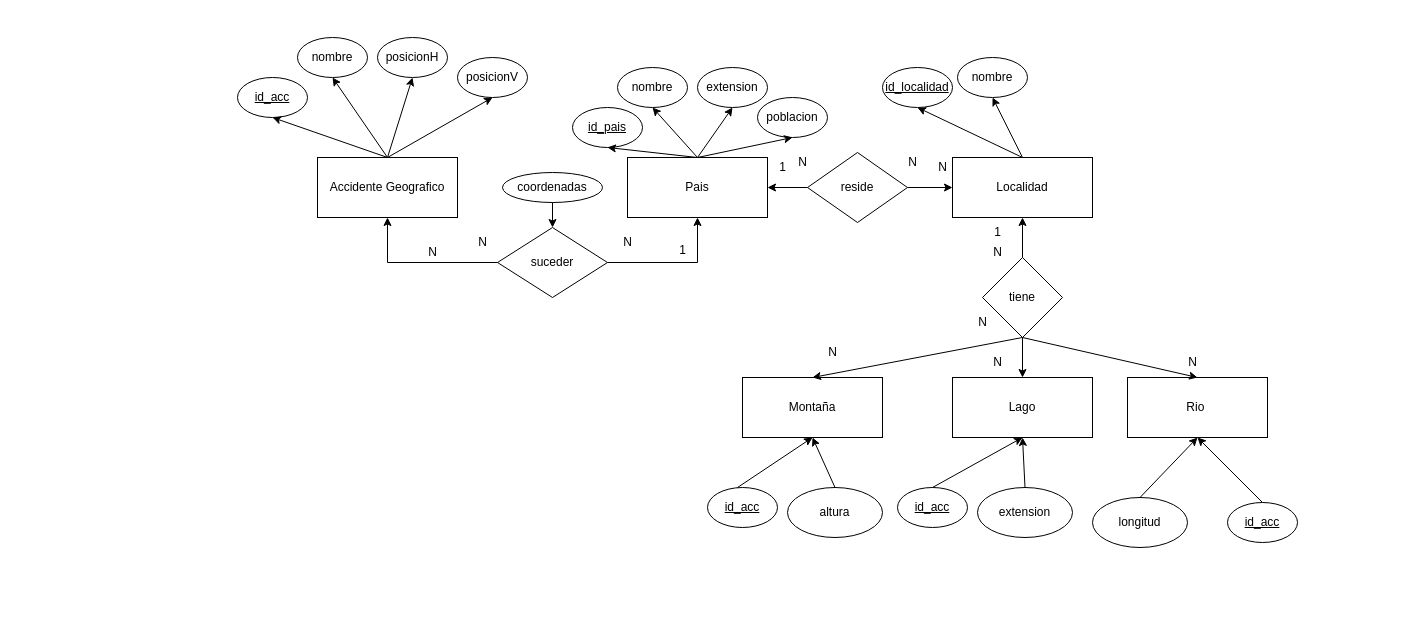
adriii28/amr-tsys-C3U12-11102023 keeps this draw.io diagram as ej11.drawio. Above is the earlier version. Source tidied: cells renumbered, new cells numbered last; positions are measured from the earlier drawing's top-left corner, leaving out a move shared by most shapes. Both pictures are drawn from the tidied source at 100%, with x=0, y=0 at pixel (237, 37).
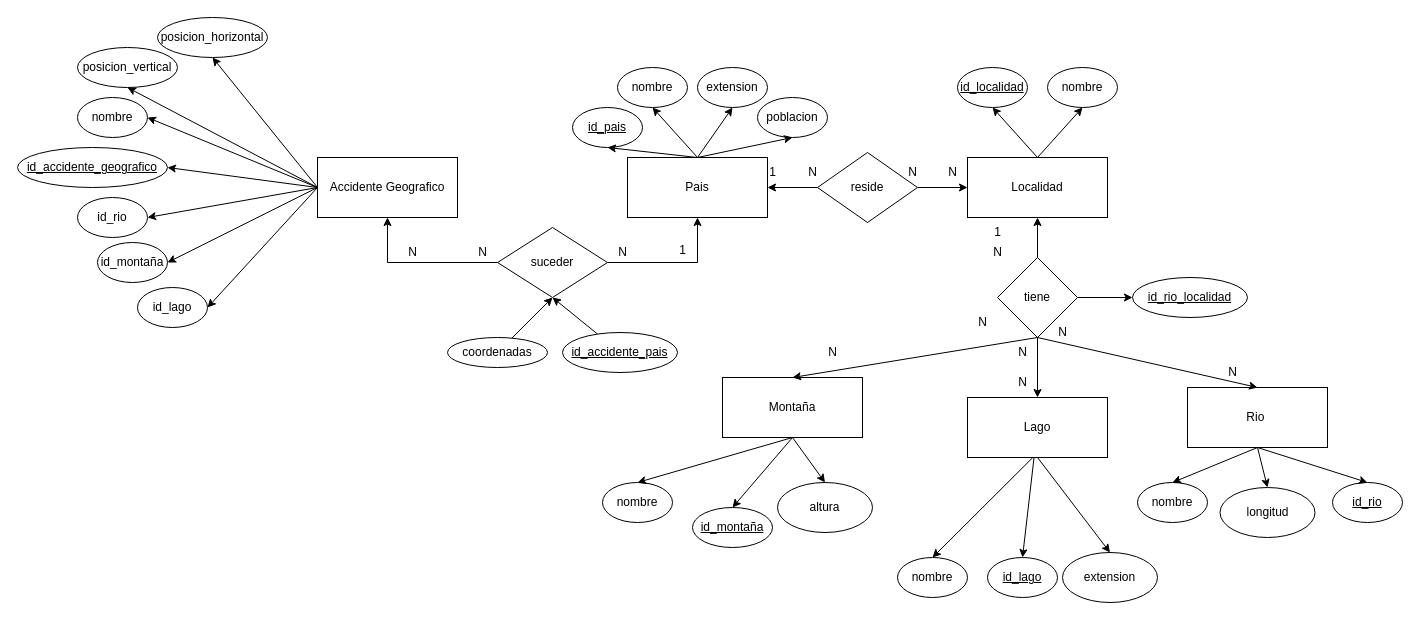
Above is the later version.

Unchanged cells that the change refers to:
```xml
<mxCell id="2" value="Accidente Geografico" style="rounded=0;whiteSpace=wrap;html=1;" parent="1" vertex="1">
  <mxGeometry x="80" y="120" width="140" height="60" as="geometry" />
</mxCell>
<mxCell id="24" value="suceder" style="rhombus;whiteSpace=wrap;html=1;" parent="1" vertex="1">
  <mxGeometry x="260" y="190" width="110" height="70" as="geometry" />
</mxCell>
```

Change to the diagram source:
```diff
@@
     <mxCell id="3" value="Rio&amp;nbsp;" style="rounded=0;whiteSpace=wrap;html=1;" parent="1" vertex="1">
-      <mxGeometry x="890" y="340" width="140" height="60" as="geometry" />
+      <mxGeometry x="950" y="350" width="140" height="60" as="geometry" />
     </mxCell>
     <mxCell id="4" value="Montaña" style="rounded=0;whiteSpace=wrap;html=1;" parent="1" vertex="1">
-      <mxGeometry x="505" y="340" width="140" height="60" as="geometry" />
+      <mxGeometry x="485" y="340" width="140" height="60" as="geometry" />
     </mxCell>
     <mxCell id="5" value="Lago" style="rounded=0;whiteSpace=wrap;html=1;" parent="1" vertex="1">
-      <mxGeometry x="715" y="340" width="140" height="60" as="geometry" />
+      <mxGeometry x="730" y="360" width="140" height="60" as="geometry" />
     </mxCell>
@@
     <mxCell id="9" value="Localidad" style="rounded=0;whiteSpace=wrap;html=1;" parent="1" vertex="1">
-      <mxGeometry x="715" y="120" width="140" height="60" as="geometry" />
+      <mxGeometry x="730" y="120" width="140" height="60" as="geometry" />
     </mxCell>
-    <mxCell id="10" value="id_acc" style="ellipse;whiteSpace=wrap;html=1;fontStyle=4;" parent="1" vertex="1">
-      <mxGeometry y="40" width="70" height="40" as="geometry" />
+    <mxCell id="10" value="id_accidente_geografico" style="ellipse;whiteSpace=wrap;html=1;fontStyle=4;" parent="1" vertex="1">
+      <mxGeometry x="-220" y="110" width="150" height="40" as="geometry" />
     </mxCell>
-    <mxCell id="11" style="rounded=0;jettySize=auto;html=1;entryX=0.5;entryY=1;entryDx=0;entryDy=0;exitX=0.5;exitY=0;exitDx=0;exitDy=0;" parent="1" edge="1" source="29" target="3">
-      <mxGeometry relative="1" as="geometry" />
-    </mxCell>
     <mxCell id="12" value="id_localidad" style="ellipse;whiteSpace=wrap;html=1;fontStyle=4;" parent="1" vertex="1">
-      <mxGeometry x="645" y="30" width="70" height="40" as="geometry" />
+      <mxGeometry x="720" y="30" width="70" height="40" as="geometry" />
     </mxCell>
     <mxCell id="13" value="longitud" style="ellipse;whiteSpace=wrap;html=1;" parent="1" vertex="1">
-      <mxGeometry x="855" y="460" width="95" height="50" as="geometry" />
+      <mxGeometry x="982.5" y="450" width="95" height="50" as="geometry" />
     </mxCell>
@@
     <mxCell id="15" value="altura" style="ellipse;whiteSpace=wrap;html=1;" parent="1" vertex="1">
-      <mxGeometry x="550" y="450" width="95" height="50" as="geometry" />
+      <mxGeometry x="540" y="445" width="95" height="50" as="geometry" />
     </mxCell>
     <mxCell id="16" value="&lt;div&gt;nombre&lt;/div&gt;" style="ellipse;whiteSpace=wrap;html=1;fontStyle=0;" parent="1" vertex="1">
-      <mxGeometry x="60" width="70" height="40" as="geometry" />
+      <mxGeometry x="-160" y="60" width="70" height="40" as="geometry" />
     </mxCell>
-    <mxCell id="17" value="posicionH" style="ellipse;whiteSpace=wrap;html=1;fontStyle=0;" parent="1" vertex="1">
-      <mxGeometry x="140" width="70" height="40" as="geometry" />
+    <mxCell id="17" value="posicion_vertical" style="ellipse;whiteSpace=wrap;html=1;fontStyle=0;" parent="1" vertex="1">
+      <mxGeometry x="-160" y="10" width="100" height="40" as="geometry" />
     </mxCell>
     <mxCell id="18" value="extension" style="ellipse;whiteSpace=wrap;html=1;" parent="1" vertex="1">
-      <mxGeometry x="740" y="450" width="95" height="50" as="geometry" />
+      <mxGeometry x="825" y="515" width="95" height="50" as="geometry" />
     </mxCell>
-    <mxCell id="19" value="posicionV" style="ellipse;whiteSpace=wrap;html=1;fontStyle=0;" parent="1" vertex="1">
-      <mxGeometry x="220" y="20" width="70" height="40" as="geometry" />
+    <mxCell id="19" value="posicion_horizontal" style="ellipse;whiteSpace=wrap;html=1;fontStyle=0;" parent="1" vertex="1">
+      <mxGeometry x="-80" y="-20" width="110" height="40" as="geometry" />
     </mxCell>
@@
     <mxCell id="23" value="nombre" style="ellipse;whiteSpace=wrap;html=1;fontStyle=0;" parent="1" vertex="1">
-      <mxGeometry x="720" y="20" width="70" height="40" as="geometry" />
+      <mxGeometry x="810" y="30" width="70" height="40" as="geometry" />
     </mxCell>
@@
     <mxCell id="27" value="coordenadas" style="ellipse;whiteSpace=wrap;html=1;" parent="1" vertex="1">
-      <mxGeometry x="265" y="135" width="100" height="30" as="geometry" />
+      <mxGeometry x="210" y="300" width="100" height="30" as="geometry" />
     </mxCell>
-    <mxCell id="28" style="edgeStyle=orthogonalEdgeStyle;rounded=0;jettySize=auto;html=1;entryX=0.5;entryY=0;entryDx=0;entryDy=0;" parent="1" edge="1" source="27" target="24">
+    <mxCell id="28" style="rounded=0;jettySize=auto;html=1;entryX=0.5;entryY=1;entryDx=0;entryDy=0;" parent="1" edge="1" source="27" target="24">
       <mxGeometry relative="1" as="geometry" />
     </mxCell>
-    <mxCell id="29" value="id_acc" style="ellipse;whiteSpace=wrap;html=1;fontStyle=4;" parent="1" vertex="1">
-      <mxGeometry x="990" y="465" width="70" height="40" as="geometry" />
+    <mxCell id="29" value="id_rio" style="ellipse;whiteSpace=wrap;html=1;fontStyle=4;" parent="1" vertex="1">
+      <mxGeometry x="1095" y="445" width="70" height="40" as="geometry" />
     </mxCell>
-    <mxCell id="30" value="id_acc" style="ellipse;whiteSpace=wrap;html=1;fontStyle=4;" parent="1" vertex="1">
-      <mxGeometry x="470" y="450" width="70" height="40" as="geometry" />
+    <mxCell id="30" value="id_montaña" style="ellipse;whiteSpace=wrap;html=1;fontStyle=4;" parent="1" vertex="1">
+      <mxGeometry x="455" y="470" width="80" height="40" as="geometry" />
     </mxCell>
@@
-    <mxCell id="32" value="id_acc" style="ellipse;whiteSpace=wrap;html=1;fontStyle=4;" parent="1" vertex="1">
-      <mxGeometry x="660" y="450" width="70" height="40" as="geometry" />
+    <mxCell id="32" value="id_lago" style="ellipse;whiteSpace=wrap;html=1;fontStyle=4;" parent="1" vertex="1">
+      <mxGeometry x="750" y="520" width="70" height="40" as="geometry" />
     </mxCell>
-    <mxCell id="33" style="rounded=0;jettySize=auto;html=1;entryX=0.5;entryY=1;entryDx=0;entryDy=0;exitX=0.5;exitY=0;exitDx=0;exitDy=0;" parent="1" edge="1" source="13" target="3">
-      <mxGeometry relative="1" as="geometry" />
-    </mxCell>
     <mxCell id="34" value="N" style="text;html=1;align=center;verticalAlign=middle;strokeColor=none;fillColor=none;" parent="1" vertex="1">
-      <mxGeometry x="180" y="200" width="30" height="30" as="geometry" />
+      <mxGeometry x="160" y="200" width="30" height="30" as="geometry" />
     </mxCell>
-    <mxCell id="35" style="rounded=0;jettySize=auto;html=1;entryX=0.5;entryY=1;entryDx=0;entryDy=0;exitX=0.5;exitY=0;exitDx=0;exitDy=0;" parent="1" edge="1" source="15" target="4">
-      <mxGeometry relative="1" as="geometry" />
-    </mxCell>
-    <mxCell id="36" style="rounded=0;jettySize=auto;html=1;entryX=0.5;entryY=1;entryDx=0;entryDy=0;exitX=0.429;exitY=0;exitDx=0;exitDy=0;exitPerimeter=0;" parent="1" edge="1" source="30" target="4">
-      <mxGeometry relative="1" as="geometry" />
-    </mxCell>
-    <mxCell id="37" style="rounded=0;jettySize=auto;html=1;entryX=0.5;entryY=1;entryDx=0;entryDy=0;exitX=0.5;exitY=0;exitDx=0;exitDy=0;" parent="1" edge="1" source="32" target="5">
-      <mxGeometry relative="1" as="geometry" />
-    </mxCell>
-    <mxCell id="38" style="rounded=0;jettySize=auto;html=1;entryX=0.5;entryY=1;entryDx=0;entryDy=0;exitX=0.5;exitY=0;exitDx=0;exitDy=0;" parent="1" edge="1" source="18" target="5">
-      <mxGeometry relative="1" as="geometry" />
-    </mxCell>
@@
-    <mxCell id="40" style="edgeStyle=none;rounded=0;jettySize=auto;html=1;entryX=0.5;entryY=1;entryDx=0;entryDy=0;" parent="1" edge="1" source="41" target="9">
+    <mxCell id="40" style="edgeStyle=none;rounded=0;jettySize=auto;html=1;entryX=0.5;entryY=1;entryDx=0;entryDy=0;exitX=0.5;exitY=0;exitDx=0;exitDy=0;" parent="1" edge="1" source="41" target="9">
       <mxGeometry relative="1" as="geometry" />
     </mxCell>
+    <mxCell id="67" style="edgeStyle=none;rounded=0;jettySize=auto;html=1;entryX=0;entryY=0.5;entryDx=0;entryDy=0;" parent="1" edge="1" source="41" target="90">
+      <mxGeometry relative="1" as="geometry" />
+    </mxCell>
     <mxCell id="41" value="tiene" style="rhombus;whiteSpace=wrap;html=1;" parent="1" vertex="1">
-      <mxGeometry x="745" y="220" width="80" height="80" as="geometry" />
+      <mxGeometry x="760" y="220" width="80" height="80" as="geometry" />
     </mxCell>
@@
-    <mxCell id="46" style="edgeStyle=none;rounded=0;jettySize=auto;html=1;entryX=0.5;entryY=1;entryDx=0;entryDy=0;exitX=0.5;exitY=0;exitDx=0;exitDy=0;" parent="1" edge="1" source="2" target="10">
+    <mxCell id="46" style="edgeStyle=none;rounded=0;jettySize=auto;html=1;entryX=1;entryY=0.5;entryDx=0;entryDy=0;exitX=0;exitY=0.5;exitDx=0;exitDy=0;" parent="1" edge="1" source="2" target="10">
       <mxGeometry relative="1" as="geometry" />
     </mxCell>
-    <mxCell id="47" style="edgeStyle=none;rounded=0;jettySize=auto;html=1;entryX=0.5;entryY=1;entryDx=0;entryDy=0;exitX=0.5;exitY=0;exitDx=0;exitDy=0;" parent="1" edge="1" source="2" target="16">
+    <mxCell id="47" style="edgeStyle=none;rounded=0;jettySize=auto;html=1;entryX=1;entryY=0.5;entryDx=0;entryDy=0;exitX=0;exitY=0.5;exitDx=0;exitDy=0;" parent="1" edge="1" source="2" target="16">
       <mxGeometry relative="1" as="geometry" />
     </mxCell>
-    <mxCell id="48" style="edgeStyle=none;rounded=0;jettySize=auto;html=1;entryX=0.5;entryY=1;entryDx=0;entryDy=0;exitX=0.5;exitY=0;exitDx=0;exitDy=0;" parent="1" edge="1" source="2" target="17">
+    <mxCell id="48" style="edgeStyle=none;rounded=0;jettySize=auto;html=1;entryX=0.5;entryY=1;entryDx=0;entryDy=0;exitX=0;exitY=0.5;exitDx=0;exitDy=0;" parent="1" edge="1" source="2" target="17">
       <mxGeometry relative="1" as="geometry" />
     </mxCell>
-    <mxCell id="49" style="edgeStyle=none;rounded=0;jettySize=auto;html=1;entryX=0.5;entryY=1;entryDx=0;entryDy=0;exitX=0.5;exitY=0;exitDx=0;exitDy=0;" parent="1" edge="1" source="2" target="19">
+    <mxCell id="49" style="edgeStyle=none;rounded=0;jettySize=auto;html=1;entryX=0.5;entryY=1;entryDx=0;entryDy=0;exitX=0;exitY=0.5;exitDx=0;exitDy=0;" parent="1" edge="1" source="2" target="19">
       <mxGeometry relative="1" as="geometry" />
     </mxCell>
@@
     <mxCell id="54" value="reside" style="rhombus;whiteSpace=wrap;html=1;" parent="1" vertex="1">
-      <mxGeometry x="570" y="115" width="100" height="70" as="geometry" />
+      <mxGeometry x="580" y="115" width="100" height="70" as="geometry" />
     </mxCell>
+    <mxCell id="68" style="edgeStyle=none;rounded=0;jettySize=auto;html=1;exitX=0;exitY=0.5;exitDx=0;exitDy=0;entryX=1;entryY=0.5;entryDx=0;entryDy=0;" parent="1" edge="1" source="2" target="70">
+      <mxGeometry relative="1" as="geometry" />
+    </mxCell>
     <mxCell id="55" value="N" style="text;html=1;align=center;verticalAlign=middle;strokeColor=none;fillColor=none;" parent="1" vertex="1">
-      <mxGeometry x="690" y="115" width="30" height="30" as="geometry" />
+      <mxGeometry x="700" y="120" width="30" height="30" as="geometry" />
     </mxCell>
+    <mxCell id="69" style="edgeStyle=none;rounded=0;jettySize=auto;html=1;entryX=1;entryY=0.5;entryDx=0;entryDy=0;" parent="1" edge="1" target="71">
+      <mxGeometry relative="1" as="geometry">
+        <mxPoint x="80" y="150" as="sourcePoint" />
+      </mxGeometry>
+    </mxCell>
     <mxCell id="56" value="1" style="text;html=1;align=center;verticalAlign=middle;strokeColor=none;fillColor=none;" parent="1" vertex="1">
-      <mxGeometry x="530" y="115" width="30" height="30" as="geometry" />
+      <mxGeometry x="520" y="120" width="30" height="30" as="geometry" />
     </mxCell>
+    <mxCell id="70" value="id_rio" style="ellipse;whiteSpace=wrap;html=1;fontStyle=0;" parent="1" vertex="1">
+      <mxGeometry x="-160" y="160" width="70" height="40" as="geometry" />
+    </mxCell>
@@
+    <mxCell id="71" value="id_montaña" style="ellipse;whiteSpace=wrap;html=1;fontStyle=0;" parent="1" vertex="1">
+      <mxGeometry x="-140" y="205" width="70" height="40" as="geometry" />
+    </mxCell>
@@
+    <mxCell id="72" value="id_lago" style="ellipse;whiteSpace=wrap;html=1;fontStyle=0;" parent="1" vertex="1">
+      <mxGeometry x="-100" y="250" width="70" height="40" as="geometry" />
+    </mxCell>
     <mxCell id="59" value="N" style="text;html=1;align=center;verticalAlign=middle;strokeColor=none;fillColor=none;" parent="1" vertex="1">
-      <mxGeometry x="745" y="310" width="30" height="30" as="geometry" />
+      <mxGeometry x="770" y="300" width="30" height="30" as="geometry" />
     </mxCell>
+    <mxCell id="73" style="edgeStyle=none;rounded=0;jettySize=auto;html=1;entryX=1;entryY=0.5;entryDx=0;entryDy=0;" parent="1" edge="1" target="72">
+      <mxGeometry relative="1" as="geometry">
+        <mxPoint x="80" y="150" as="sourcePoint" />
+      </mxGeometry>
+    </mxCell>
     <mxCell id="60" value="N" style="text;html=1;align=center;verticalAlign=middle;strokeColor=none;fillColor=none;" parent="1" vertex="1">
-      <mxGeometry x="940" y="310" width="30" height="30" as="geometry" />
+      <mxGeometry x="980" y="320" width="30" height="30" as="geometry" />
     </mxCell>
+    <mxCell id="74" value="nombre" style="ellipse;whiteSpace=wrap;html=1;fontStyle=0;" parent="1" vertex="1">
+      <mxGeometry x="365" y="445" width="70" height="40" as="geometry" />
+    </mxCell>
     <mxCell id="61" value="N" style="text;html=1;align=center;verticalAlign=middle;strokeColor=none;fillColor=none;" parent="1" vertex="1">
-      <mxGeometry x="375" y="190" width="30" height="30" as="geometry" />
+      <mxGeometry x="370" y="200" width="30" height="30" as="geometry" />
     </mxCell>
+    <mxCell id="75" value="nombre" style="ellipse;whiteSpace=wrap;html=1;fontStyle=0;" parent="1" vertex="1">
+      <mxGeometry x="660" y="520" width="70" height="40" as="geometry" />
+    </mxCell>
     <mxCell id="62" value="N" style="text;html=1;align=center;verticalAlign=middle;strokeColor=none;fillColor=none;" parent="1" vertex="1">
-      <mxGeometry x="230" y="190" width="30" height="30" as="geometry" />
+      <mxGeometry x="230" y="200" width="30" height="30" as="geometry" />
     </mxCell>
+    <mxCell id="76" value="nombre" style="ellipse;whiteSpace=wrap;html=1;fontStyle=0;" parent="1" vertex="1">
+      <mxGeometry x="900" y="445" width="70" height="40" as="geometry" />
+    </mxCell>
@@
+    <mxCell id="77" style="rounded=0;jettySize=auto;html=1;entryX=0.5;entryY=0;entryDx=0;entryDy=0;exitX=0.464;exitY=1.006;exitDx=0;exitDy=0;exitPerimeter=0;" parent="1" edge="1" source="5" target="75">
+      <mxGeometry relative="1" as="geometry" />
+    </mxCell>
@@
+    <mxCell id="78" style="rounded=0;jettySize=auto;html=1;entryX=0.5;entryY=0;entryDx=0;entryDy=0;" parent="1" edge="1" source="5" target="32">
+      <mxGeometry relative="1" as="geometry" />
+    </mxCell>
     <mxCell id="65" value="N" style="text;html=1;align=center;verticalAlign=middle;strokeColor=none;fillColor=none;" parent="1" vertex="1">
-      <mxGeometry x="550" y="110" width="30" height="30" as="geometry" />
+      <mxGeometry x="560" y="120" width="30" height="30" as="geometry" />
     </mxCell>
+    <mxCell id="79" style="rounded=0;jettySize=auto;html=1;exitX=0.5;exitY=1;exitDx=0;exitDy=0;entryX=0.5;entryY=0;entryDx=0;entryDy=0;" parent="1" edge="1" source="5" target="18">
+      <mxGeometry relative="1" as="geometry" />
+    </mxCell>
     <mxCell id="66" value="N" style="text;html=1;align=center;verticalAlign=middle;strokeColor=none;fillColor=none;" parent="1" vertex="1">
-      <mxGeometry x="660" y="110" width="30" height="30" as="geometry" />
+      <mxGeometry x="660" y="120" width="30" height="30" as="geometry" />
     </mxCell>
+    <mxCell id="80" style="rounded=0;jettySize=auto;html=1;entryX=0.5;entryY=0;entryDx=0;entryDy=0;exitX=0.5;exitY=1;exitDx=0;exitDy=0;" parent="1" edge="1" source="4" target="74">
+      <mxGeometry relative="1" as="geometry" />
+    </mxCell>
+    <mxCell id="81" style="rounded=0;jettySize=auto;html=1;entryX=0.5;entryY=0;entryDx=0;entryDy=0;exitX=0.5;exitY=1;exitDx=0;exitDy=0;" parent="1" edge="1" source="4" target="30">
+      <mxGeometry relative="1" as="geometry" />
+    </mxCell>
+    <mxCell id="82" style="rounded=0;jettySize=auto;html=1;entryX=0.5;entryY=0;entryDx=0;entryDy=0;exitX=0.5;exitY=1;exitDx=0;exitDy=0;" parent="1" edge="1" source="4" target="15">
+      <mxGeometry relative="1" as="geometry" />
+    </mxCell>
+    <mxCell id="83" style="rounded=0;jettySize=auto;html=1;entryX=0.5;entryY=0;entryDx=0;entryDy=0;exitX=0.5;exitY=1;exitDx=0;exitDy=0;" parent="1" edge="1" source="3" target="76">
+      <mxGeometry relative="1" as="geometry" />
+    </mxCell>
+    <mxCell id="84" style="rounded=0;jettySize=auto;html=1;entryX=0.5;entryY=0;entryDx=0;entryDy=0;exitX=0.5;exitY=1;exitDx=0;exitDy=0;" parent="1" edge="1" source="3" target="13">
+      <mxGeometry relative="1" as="geometry" />
+    </mxCell>
+    <mxCell id="85" style="rounded=0;jettySize=auto;html=1;entryX=0.5;entryY=0;entryDx=0;entryDy=0;exitX=0.5;exitY=1;exitDx=0;exitDy=0;" parent="1" edge="1" source="3" target="29">
+      <mxGeometry relative="1" as="geometry" />
+    </mxCell>
+    <mxCell id="86" style="edgeStyle=none;rounded=0;jettySize=auto;html=1;entryX=0.5;entryY=1;entryDx=0;entryDy=0;" parent="1" edge="1" source="87" target="24">
+      <mxGeometry relative="1" as="geometry" />
+    </mxCell>
+    <mxCell id="87" value="&lt;u&gt;id_accidente_pais&lt;/u&gt;" style="ellipse;whiteSpace=wrap;html=1;fontStyle=0;" parent="1" vertex="1">
+      <mxGeometry x="325" y="295" width="115" height="40" as="geometry" />
+    </mxCell>
+    <mxCell id="88" value="N" style="text;html=1;align=center;verticalAlign=middle;strokeColor=none;fillColor=none;" parent="1" vertex="1">
+      <mxGeometry x="770" y="330" width="30" height="30" as="geometry" />
+    </mxCell>
+    <mxCell id="89" value="N" style="text;html=1;align=center;verticalAlign=middle;strokeColor=none;fillColor=none;" parent="1" vertex="1">
+      <mxGeometry x="810" y="280" width="30" height="30" as="geometry" />
+    </mxCell>
+    <mxCell id="90" value="&lt;u&gt;id_rio_localidad&lt;/u&gt;" style="ellipse;whiteSpace=wrap;html=1;fontStyle=0;" parent="1" vertex="1">
+      <mxGeometry x="895" y="240" width="115" height="40" as="geometry" />
+    </mxCell>
```
